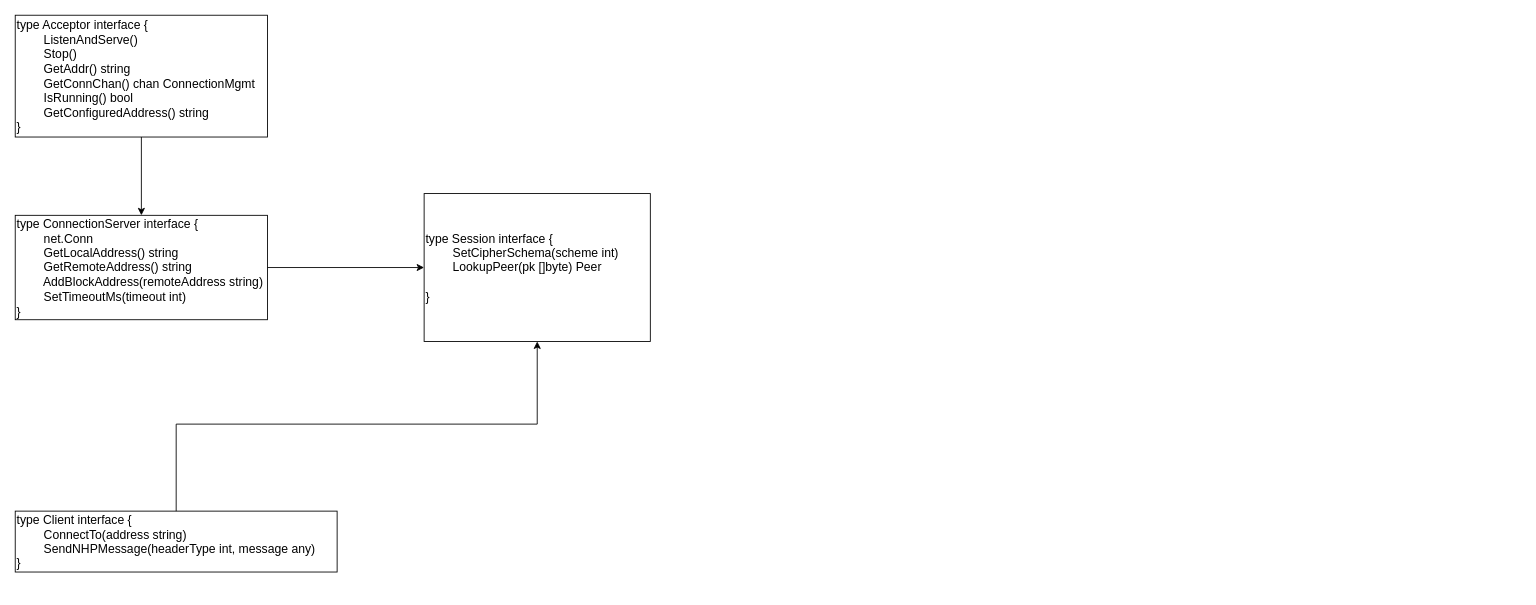
This is page "new design" (3 of 3) of dhp/opennhp.architecture.design.drawio from wenhulove333/opendhp, a draw.io file, before an edit. Source tidied: cells renumbered, new cells numbered last; positions are measured from the earlier drawing's top-left corner, leaving out a move shared by most shapes. Both pictures are drawn from the tidied source at 87%, with x=0, y=0 at pixel (15, 15).
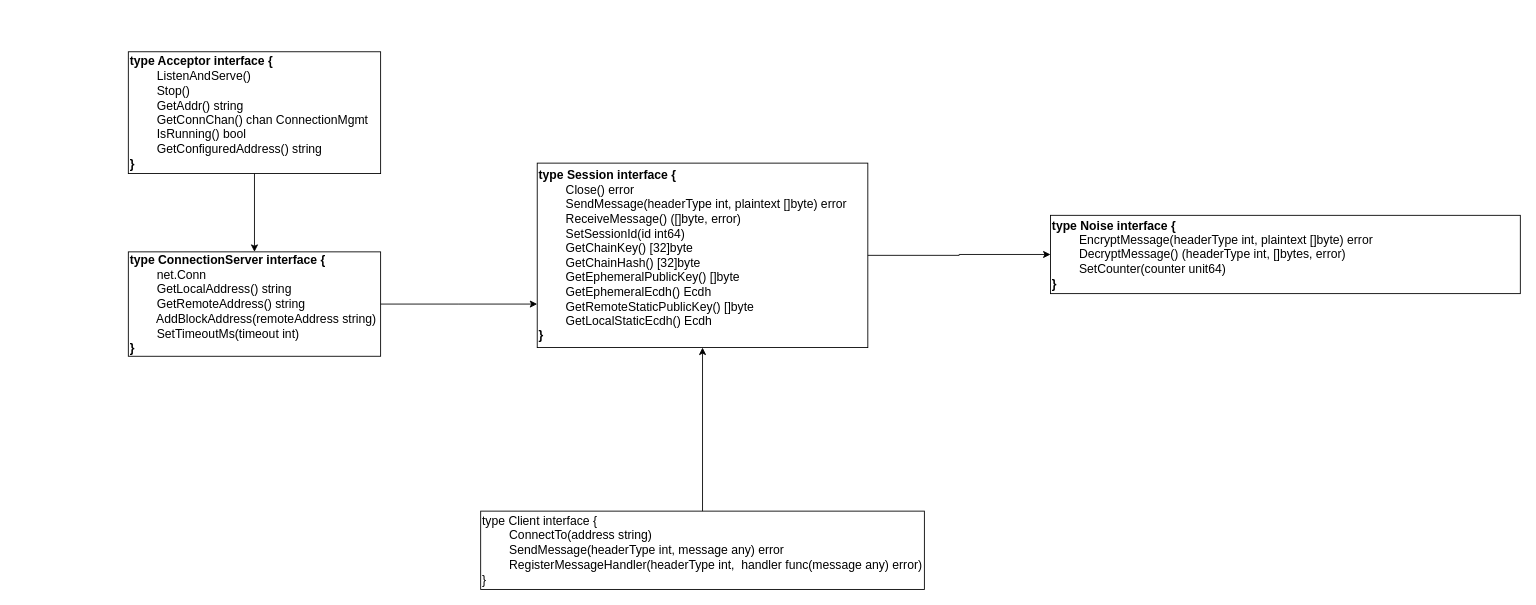
After the change.

What changed in the source:
```diff
@@
 <mxGraphModel>
   <root>
     <mxCell id="0" />
     <mxCell id="1" parent="0" />
     <mxCell id="2" style="edgeStyle=orthogonalEdgeStyle;rounded=0;jettySize=auto;html=1;exitX=0.5;exitY=1;exitDx=0;exitDy=0;entryX=0.5;entryY=0;entryDx=0;entryDy=0;" parent="1" edge="1" source="3" target="5">
       <mxGeometry relative="1" as="geometry" />
     </mxCell>
-    <mxCell id="3" value="&lt;div&gt;&lt;font style=&quot;font-size: 14px;&quot;&gt;type Acceptor interface {&lt;/font&gt;&lt;/div&gt;&lt;div&gt;&lt;span style=&quot;white-space: normal;&quot;&gt;&lt;font style=&quot;font-size: 14px;&quot;&gt;&lt;span style=&quot;white-space:pre&quot;&gt;&#9;&lt;/span&gt;ListenAndServe()&lt;/font&gt;&lt;/span&gt;&lt;/div&gt;&lt;div&gt;&lt;span style=&quot;white-space: normal;&quot;&gt;&lt;font style=&quot;font-size: 14px;&quot;&gt;&lt;span style=&quot;white-space:pre&quot;&gt;&#9;&lt;/span&gt;Stop()&lt;/font&gt;&lt;/span&gt;&lt;/div&gt;&lt;div&gt;&lt;span style=&quot;white-space: normal;&quot;&gt;&lt;font style=&quot;font-size: 14px;&quot;&gt;&lt;span style=&quot;white-space:pre&quot;&gt;&#9;&lt;/span&gt;GetAddr() string&lt;/font&gt;&lt;/span&gt;&lt;/div&gt;&lt;div&gt;&lt;span style=&quot;white-space: normal;&quot;&gt;&lt;font style=&quot;font-size: 14px;&quot;&gt;&lt;span style=&quot;white-space:pre&quot;&gt;&#9;&lt;/span&gt;GetConnChan() chan ConnectionMgmt&lt;/font&gt;&lt;/span&gt;&lt;/div&gt;&lt;div&gt;&lt;span style=&quot;white-space: normal;&quot;&gt;&lt;font style=&quot;font-size: 14px;&quot;&gt;&lt;span style=&quot;white-space:pre&quot;&gt;&#9;&lt;/span&gt;IsRunning() bool&lt;/font&gt;&lt;/span&gt;&lt;/div&gt;&lt;div&gt;&lt;span style=&quot;white-space: normal;&quot;&gt;&lt;font style=&quot;font-size: 14px;&quot;&gt;&lt;span style=&quot;white-space:pre&quot;&gt;&#9;&lt;/span&gt;GetConfiguredAddress() string&lt;/font&gt;&lt;/span&gt;&lt;/div&gt;&lt;div&gt;&lt;font style=&quot;font-size: 14px;&quot;&gt;}&lt;/font&gt;&lt;/div&gt;" style="rounded=0;whiteSpace=wrap;html=1;fillColor=none;align=left;" parent="1" vertex="1">
-      <mxGeometry width="290" height="140" as="geometry" />
+    <mxCell id="3" value="&lt;div&gt;&lt;font style=&quot;font-size: 14px;&quot;&gt;&lt;b&gt;type Acceptor interface {&lt;/b&gt;&lt;/font&gt;&lt;/div&gt;&lt;div&gt;&lt;span style=&quot;white-space: normal;&quot;&gt;&lt;font style=&quot;font-size: 14px;&quot;&gt;&lt;span style=&quot;white-space:pre&quot;&gt;&#9;&lt;/span&gt;ListenAndServe()&lt;/font&gt;&lt;/span&gt;&lt;/div&gt;&lt;div&gt;&lt;span style=&quot;white-space: normal;&quot;&gt;&lt;font style=&quot;font-size: 14px;&quot;&gt;&lt;span style=&quot;white-space:pre&quot;&gt;&#9;&lt;/span&gt;Stop()&lt;/font&gt;&lt;/span&gt;&lt;/div&gt;&lt;div&gt;&lt;span style=&quot;white-space: normal;&quot;&gt;&lt;font style=&quot;font-size: 14px;&quot;&gt;&lt;span style=&quot;white-space:pre&quot;&gt;&#9;&lt;/span&gt;GetAddr() string&lt;/font&gt;&lt;/span&gt;&lt;/div&gt;&lt;div&gt;&lt;span style=&quot;white-space: normal;&quot;&gt;&lt;font style=&quot;font-size: 14px;&quot;&gt;&lt;span style=&quot;white-space:pre&quot;&gt;&#9;&lt;/span&gt;GetConnChan() chan ConnectionMgmt&lt;/font&gt;&lt;/span&gt;&lt;/div&gt;&lt;div&gt;&lt;span style=&quot;white-space: normal;&quot;&gt;&lt;font style=&quot;font-size: 14px;&quot;&gt;&lt;span style=&quot;white-space:pre&quot;&gt;&#9;&lt;/span&gt;IsRunning() bool&lt;/font&gt;&lt;/span&gt;&lt;/div&gt;&lt;div&gt;&lt;span style=&quot;white-space: normal;&quot;&gt;&lt;font style=&quot;font-size: 14px;&quot;&gt;&lt;span style=&quot;white-space:pre&quot;&gt;&#9;&lt;/span&gt;GetConfiguredAddress() string&lt;/font&gt;&lt;/span&gt;&lt;/div&gt;&lt;div&gt;&lt;font style=&quot;font-size: 14px;&quot;&gt;&lt;b&gt;}&lt;/b&gt;&lt;/font&gt;&lt;/div&gt;" style="rounded=0;whiteSpace=wrap;html=1;fillColor=none;align=left;" parent="1" vertex="1">
+      <mxGeometry x="130" y="42" width="290" height="140" as="geometry" />
     </mxCell>
-    <mxCell id="4" style="edgeStyle=orthogonalEdgeStyle;rounded=0;jettySize=auto;html=1;exitX=1;exitY=0.5;exitDx=0;exitDy=0;entryX=0;entryY=0.5;entryDx=0;entryDy=0;" parent="1" edge="1" source="5" target="6">
-      <mxGeometry relative="1" as="geometry" />
+    <mxCell id="4" style="edgeStyle=orthogonalEdgeStyle;rounded=0;jettySize=auto;html=1;exitX=1;exitY=0.5;exitDx=0;exitDy=0;" parent="1" edge="1" source="5">
+      <mxGeometry relative="1" as="geometry">
+        <mxPoint x="600" y="332" as="targetPoint" />
+      </mxGeometry>
     </mxCell>
-    <mxCell id="5" value="&lt;div&gt;&lt;font style=&quot;font-size: 14px;&quot;&gt;type ConnectionServer interface {&lt;/font&gt;&lt;/div&gt;&lt;div&gt;&lt;span style=&quot;white-space: normal;&quot;&gt;&lt;font style=&quot;font-size: 14px;&quot;&gt;&lt;span style=&quot;white-space:pre&quot;&gt;&#9;&lt;/span&gt;net.Conn&lt;/font&gt;&lt;/span&gt;&lt;/div&gt;&lt;div&gt;&lt;span style=&quot;white-space: normal;&quot;&gt;&lt;font style=&quot;font-size: 14px;&quot;&gt;&amp;nbsp; &amp;nbsp; &amp;nbsp; &amp;nbsp; GetLocalAddress() string&lt;/font&gt;&lt;/span&gt;&lt;/div&gt;&lt;div&gt;&lt;span style=&quot;white-space: normal;&quot;&gt;&lt;font style=&quot;font-size: 14px;&quot;&gt;&amp;nbsp; &amp;nbsp; &amp;nbsp; &amp;nbsp; GetRemoteAddress() string&lt;/font&gt;&lt;/span&gt;&lt;/div&gt;&lt;div&gt;&lt;span style=&quot;white-space: normal;&quot;&gt;&lt;font style=&quot;font-size: 14px;&quot;&gt;&amp;nbsp; &amp;nbsp; &amp;nbsp; &amp;nbsp; AddBlockAddress(remoteAddress string)&lt;/font&gt;&lt;/span&gt;&lt;/div&gt;&lt;div&gt;&lt;span style=&quot;white-space: normal;&quot;&gt;&lt;font style=&quot;font-size: 14px;&quot;&gt;&amp;nbsp; &amp;nbsp; &amp;nbsp; &amp;nbsp; SetTimeoutMs(timeout int)&lt;/font&gt;&lt;/span&gt;&lt;/div&gt;&lt;div&gt;&lt;font style=&quot;font-size: 14px;&quot;&gt;}&lt;/font&gt;&lt;/div&gt;" style="rounded=0;whiteSpace=wrap;html=1;fillColor=none;align=left;" parent="1" vertex="1">
-      <mxGeometry y="230" width="290" height="120" as="geometry" />
+    <mxCell id="5" value="&lt;div&gt;&lt;font style=&quot;font-size: 14px;&quot;&gt;&lt;b&gt;type ConnectionServer interface {&lt;/b&gt;&lt;/font&gt;&lt;/div&gt;&lt;div&gt;&lt;span style=&quot;white-space: normal;&quot;&gt;&lt;font style=&quot;font-size: 14px;&quot;&gt;&lt;span style=&quot;white-space:pre&quot;&gt;&#9;&lt;/span&gt;net.Conn&lt;/font&gt;&lt;/span&gt;&lt;/div&gt;&lt;div&gt;&lt;span style=&quot;white-space: normal;&quot;&gt;&lt;font style=&quot;font-size: 14px;&quot;&gt;&amp;nbsp; &amp;nbsp; &amp;nbsp; &amp;nbsp; GetLocalAddress() string&lt;/font&gt;&lt;/span&gt;&lt;/div&gt;&lt;div&gt;&lt;span style=&quot;white-space: normal;&quot;&gt;&lt;font style=&quot;font-size: 14px;&quot;&gt;&amp;nbsp; &amp;nbsp; &amp;nbsp; &amp;nbsp; GetRemoteAddress() string&lt;/font&gt;&lt;/span&gt;&lt;/div&gt;&lt;div&gt;&lt;span style=&quot;white-space: normal;&quot;&gt;&lt;font style=&quot;font-size: 14px;&quot;&gt;&amp;nbsp; &amp;nbsp; &amp;nbsp; &amp;nbsp; AddBlockAddress(remoteAddress string)&lt;/font&gt;&lt;/span&gt;&lt;/div&gt;&lt;div&gt;&lt;span style=&quot;white-space: normal;&quot;&gt;&lt;font style=&quot;font-size: 14px;&quot;&gt;&amp;nbsp; &amp;nbsp; &amp;nbsp; &amp;nbsp; SetTimeoutMs(timeout int)&lt;/font&gt;&lt;/span&gt;&lt;/div&gt;&lt;div&gt;&lt;font style=&quot;font-size: 14px;&quot;&gt;&lt;b&gt;}&lt;/b&gt;&lt;/font&gt;&lt;/div&gt;" style="rounded=0;whiteSpace=wrap;html=1;fillColor=none;align=left;" parent="1" vertex="1">
+      <mxGeometry x="130" y="272" width="290" height="120" as="geometry" />
     </mxCell>
+    <mxCell id="9" style="edgeStyle=orthogonalEdgeStyle;rounded=0;jettySize=auto;html=1;exitX=1;exitY=0.5;exitDx=0;exitDy=0;entryX=0;entryY=0.5;entryDx=0;entryDy=0;" parent="1" edge="1" source="6" target="10">
+      <mxGeometry relative="1" as="geometry" />
+    </mxCell>
-    <mxCell id="6" value="&lt;div&gt;&lt;font style=&quot;font-size: 14px;&quot;&gt;type Session interface {&lt;/font&gt;&lt;/div&gt;&lt;div&gt;&lt;span style=&quot;white-space: normal;&quot;&gt;&lt;font style=&quot;font-size: 14px;&quot;&gt;&lt;span style=&quot;white-space:pre&quot;&gt;&#9;&lt;/span&gt;SetCipherSchema(scheme int)&lt;/font&gt;&lt;/span&gt;&lt;/div&gt;&lt;div&gt;&lt;span style=&quot;white-space: normal;&quot;&gt;&lt;font style=&quot;font-size: 14px;&quot;&gt;&amp;nbsp; &amp;nbsp; &amp;nbsp; &amp;nbsp; LookupPeer(pk []byte) Peer&lt;/font&gt;&lt;/span&gt;&lt;/div&gt;&lt;div&gt;&lt;span style=&quot;white-space: normal;&quot;&gt;&lt;font style=&quot;font-size: 14px;&quot;&gt;&amp;nbsp; &amp;nbsp; &amp;nbsp; &amp;nbsp;&amp;nbsp;&lt;/font&gt;&lt;/span&gt;&lt;/div&gt;&lt;div&gt;&lt;font style=&quot;font-size: 14px;&quot;&gt;}&lt;/font&gt;&lt;/div&gt;" style="rounded=0;whiteSpace=wrap;html=1;fillColor=none;align=left;" parent="1" vertex="1">
-      <mxGeometry x="470" y="205" width="260" height="170" as="geometry" />
+    <mxCell id="6" value="&lt;div&gt;&lt;font style=&quot;font-size: 14px;&quot;&gt;&lt;b&gt;type Session interface {&lt;/b&gt;&lt;/font&gt;&lt;/div&gt;&lt;div&gt;&lt;span style=&quot;white-space: normal;&quot;&gt;&lt;font style=&quot;font-size: 14px;&quot;&gt;&amp;nbsp;&lt;span style=&quot;white-space: pre;&quot;&gt;&#9;&lt;/span&gt;&lt;/font&gt;&lt;/span&gt;&lt;span style=&quot;font-size: 14px; background-color: transparent; color: light-dark(rgb(0, 0, 0), rgb(255, 255, 255));&quot;&gt;Close() error&lt;/span&gt;&lt;/div&gt;&lt;div&gt;&lt;span style=&quot;white-space: normal;&quot;&gt;&lt;font style=&quot;font-size: 14px;&quot;&gt;&amp;nbsp; &amp;nbsp; &amp;nbsp; &amp;nbsp; SendMessage(headerType int, plaintext []byte) error&lt;/font&gt;&lt;/span&gt;&lt;/div&gt;&lt;div&gt;&lt;span style=&quot;white-space: normal;&quot;&gt;&lt;font style=&quot;font-size: 14px;&quot;&gt;&amp;nbsp; &amp;nbsp; &amp;nbsp; &amp;nbsp; ReceiveMessage() ([]byte, error)&lt;/font&gt;&lt;/span&gt;&lt;/div&gt;&lt;div&gt;&lt;span style=&quot;white-space: normal;&quot;&gt;&lt;font style=&quot;font-size: 14px;&quot;&gt;&amp;nbsp; &amp;nbsp; &amp;nbsp; &amp;nbsp; SetSessionId(id int64)&lt;/font&gt;&lt;/span&gt;&lt;/div&gt;&lt;div&gt;&lt;span style=&quot;white-space: normal;&quot;&gt;&lt;font style=&quot;font-size: 14px;&quot;&gt;&amp;nbsp; &amp;nbsp; &amp;nbsp; &amp;nbsp; GetChainKey() [32]byte&lt;/font&gt;&lt;/span&gt;&lt;/div&gt;&lt;div&gt;&lt;span style=&quot;white-space: normal;&quot;&gt;&lt;font style=&quot;font-size: 14px;&quot;&gt;&amp;nbsp; &amp;nbsp; &amp;nbsp; &amp;nbsp; GetChainHash() [32]byte&lt;/font&gt;&lt;/span&gt;&lt;/div&gt;&lt;div&gt;&lt;span style=&quot;white-space: normal;&quot;&gt;&lt;font style=&quot;font-size: 14px;&quot;&gt;&amp;nbsp; &amp;nbsp; &amp;nbsp; &amp;nbsp; GetEphemeralPublicKey() []byte&lt;/font&gt;&lt;/span&gt;&lt;/div&gt;&lt;div&gt;&lt;span style=&quot;white-space: normal;&quot;&gt;&lt;font style=&quot;font-size: 14px;&quot;&gt;&amp;nbsp; &amp;nbsp; &amp;nbsp; &amp;nbsp; GetEphemeralEcdh() Ecdh&lt;/font&gt;&lt;/span&gt;&lt;/div&gt;&lt;div&gt;&lt;span style=&quot;white-space: normal;&quot;&gt;&lt;font style=&quot;font-size: 14px;&quot;&gt;&amp;nbsp; &amp;nbsp; &amp;nbsp; &amp;nbsp; GetRemoteStaticPublicKey() []byte&lt;/font&gt;&lt;/span&gt;&lt;/div&gt;&lt;div&gt;&lt;span style=&quot;white-space: normal;&quot;&gt;&lt;font style=&quot;font-size: 14px;&quot;&gt;&amp;nbsp; &amp;nbsp; &amp;nbsp; &amp;nbsp; GetLocalStaticEcdh() Ecdh&lt;/font&gt;&lt;/span&gt;&lt;/div&gt;&lt;div&gt;&lt;font style=&quot;font-size: 14px;&quot;&gt;&lt;b&gt;}&lt;/b&gt;&lt;/font&gt;&lt;/div&gt;" style="rounded=0;whiteSpace=wrap;html=1;fillColor=none;align=left;" parent="1" vertex="1">
+      <mxGeometry x="600" y="170" width="380" height="212" as="geometry" />
     </mxCell>
     <mxCell id="7" style="edgeStyle=orthogonalEdgeStyle;rounded=0;jettySize=auto;html=1;exitX=0.5;exitY=0;exitDx=0;exitDy=0;entryX=0.5;entryY=1;entryDx=0;entryDy=0;" parent="1" edge="1" source="8" target="6">
-      <mxGeometry relative="1" as="geometry">
-        <Array as="points">
-          <mxPoint x="185" y="470" />
-          <mxPoint x="600" y="470" />
-        </Array>
-      </mxGeometry>
+      <mxGeometry relative="1" as="geometry" />
     </mxCell>
-    <mxCell id="8" value="&lt;div&gt;&lt;font style=&quot;font-size: 14px;&quot;&gt;type Client interface {&lt;/font&gt;&lt;/div&gt;&lt;div&gt;&lt;span style=&quot;white-space: normal;&quot;&gt;&lt;font style=&quot;font-size: 14px;&quot;&gt;&lt;span style=&quot;white-space:pre&quot;&gt;&#9;&lt;/span&gt;ConnectTo(address string)&lt;/font&gt;&lt;/span&gt;&lt;/div&gt;&lt;div&gt;&lt;span style=&quot;white-space: normal;&quot;&gt;&lt;font style=&quot;font-size: 14px;&quot;&gt;&amp;nbsp; &amp;nbsp; &amp;nbsp; &amp;nbsp; SendNHPMessage(headerType int, message any)&lt;/font&gt;&lt;/span&gt;&lt;/div&gt;&lt;div&gt;&lt;font style=&quot;font-size: 14px;&quot;&gt;}&lt;/font&gt;&lt;/div&gt;" style="rounded=0;whiteSpace=wrap;html=1;fillColor=none;align=left;" parent="1" vertex="1">
-      <mxGeometry y="570" width="370" height="70" as="geometry" />
+    <mxCell id="8" value="&lt;div&gt;&lt;font style=&quot;font-size: 14px;&quot;&gt;type Client interface {&lt;/font&gt;&lt;/div&gt;&lt;div&gt;&lt;span style=&quot;white-space: normal;&quot;&gt;&lt;font style=&quot;font-size: 14px;&quot;&gt;&lt;span style=&quot;white-space:pre&quot;&gt;&#9;&lt;/span&gt;ConnectTo(address string)&lt;/font&gt;&lt;/span&gt;&lt;/div&gt;&lt;div&gt;&lt;span style=&quot;white-space: normal;&quot;&gt;&lt;font style=&quot;font-size: 14px;&quot;&gt;&amp;nbsp; &amp;nbsp; &amp;nbsp; &amp;nbsp; SendMessage(headerType int, message any) error&lt;/font&gt;&lt;/span&gt;&lt;/div&gt;&lt;div&gt;&lt;span style=&quot;white-space: normal;&quot;&gt;&lt;font style=&quot;font-size: 14px;&quot;&gt;&amp;nbsp; &amp;nbsp; &amp;nbsp; &amp;nbsp; RegisterMessageHandler(headerType int,&amp;nbsp; handler func(message any) error)&lt;/font&gt;&lt;/span&gt;&lt;/div&gt;&lt;div&gt;&lt;font style=&quot;font-size: 14px;&quot;&gt;}&lt;/font&gt;&lt;/div&gt;" style="rounded=0;whiteSpace=wrap;html=1;fillColor=none;align=left;" parent="1" vertex="1">
+      <mxGeometry x="535" y="570" width="510" height="90" as="geometry" />
     </mxCell>
+    <mxCell id="10" value="&lt;div&gt;&lt;font style=&quot;font-size: 14px;&quot;&gt;&lt;b&gt;type Noise interface {&lt;/b&gt;&lt;/font&gt;&lt;/div&gt;&lt;div&gt;&lt;span style=&quot;white-space: normal;&quot;&gt;&lt;font style=&quot;font-size: 14px;&quot;&gt;&amp;nbsp; &amp;nbsp; &amp;nbsp; &amp;nbsp; EncryptMessage(headerType int, plaintext []byte) error&lt;/font&gt;&lt;/span&gt;&lt;/div&gt;&lt;div&gt;&lt;span style=&quot;white-space: normal;&quot;&gt;&lt;font style=&quot;font-size: 14px;&quot;&gt;&amp;nbsp; &amp;nbsp; &amp;nbsp; &amp;nbsp; DecryptMessage() (headerType int, []bytes, error)&lt;/font&gt;&lt;/span&gt;&lt;/div&gt;&lt;div&gt;&lt;span style=&quot;white-space: normal;&quot;&gt;&lt;font style=&quot;font-size: 14px;&quot;&gt;&amp;nbsp; &amp;nbsp; &amp;nbsp; &amp;nbsp; SetCounter(counter unit64)&lt;/font&gt;&lt;/span&gt;&lt;/div&gt;&lt;div&gt;&lt;font style=&quot;font-size: 14px;&quot;&gt;&lt;b&gt;}&lt;/b&gt;&lt;/font&gt;&lt;/div&gt;" style="rounded=0;whiteSpace=wrap;html=1;fillColor=none;align=left;" parent="1" vertex="1">
+      <mxGeometry x="1190" y="230" width="540" height="90" as="geometry" />
+    </mxCell>
   </root>
 </mxGraphModel>
```
